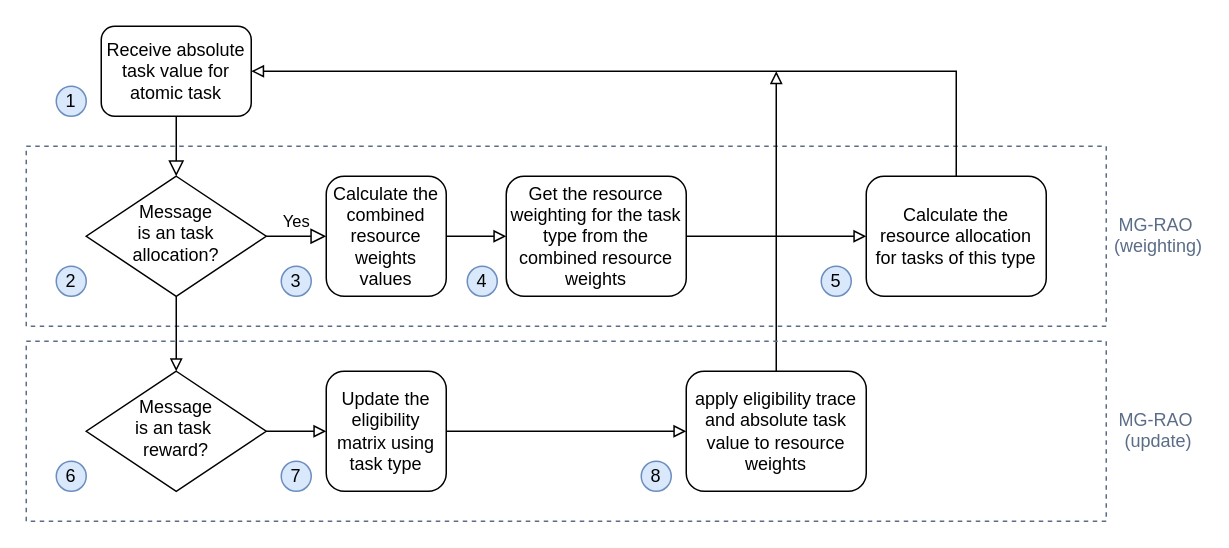
Above: source/mgrao-simplified.drawio in sevenmachines/els_energy_optimisation_and_adaptive_coverage_in_wsn_systems (draw.io), before the change. Source tidied: cells renumbered, new cells numbered last; positions are measured from the earlier drawing's top-left corner, leaving out a move shared by most shapes. Both pictures are drawn from the tidied source at 150%, with x=0, y=0 at pixel (26, 26).
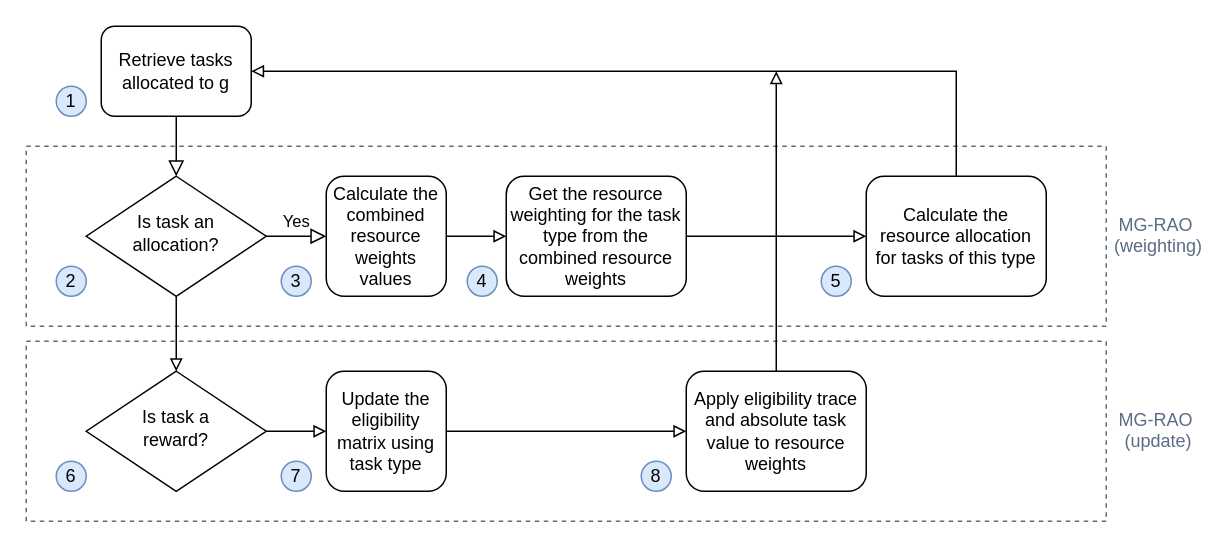
Above is the later version.

Commit message (it also covers changes not shown here):
Add explanation to simplified ataria/mgrao diagrams

Diff of the diagram source:
```diff
@@
+    <mxCell id="28" value="MG-RAO &#10;(update)" style="fillColor=none;strokeColor=#5A6C86;dashed=1;verticalAlign=middle;fontStyle=0;fontColor=#5A6C86;labelPosition=right;verticalLabelPosition=middle;align=center;spacingRight=0;spacingLeft=-650;spacingBottom=2;" parent="1" vertex="1">
+      <mxGeometry y="210" width="720" height="120" as="geometry" />
+    </mxCell>
@@
-    <mxCell id="4" value="Receive absolute task value for atomic task" style="rounded=1;whiteSpace=wrap;html=1;fontSize=12;glass=0;strokeWidth=1;shadow=0;fontStyle=0;" parent="1" vertex="1">
+    <mxCell id="4" value="Retrieve tasks allocated to g" style="rounded=1;whiteSpace=wrap;html=1;fontSize=12;glass=0;strokeWidth=1;shadow=0;fontStyle=0;" parent="1" vertex="1">
       <mxGeometry x="50" width="100" height="60" as="geometry" />
     </mxCell>
@@
-    <mxCell id="7" value="&lt;font face=&quot;sans-serif&quot;&gt;Message &lt;br&gt;is an task allocation?&lt;/font&gt;" style="rhombus;whiteSpace=wrap;html=1;shadow=0;fontFamily=Helvetica;fontSize=12;align=center;strokeWidth=1;spacing=6;spacingTop=-4;fontStyle=0;" parent="1" vertex="1">
+    <mxCell id="7" value="&lt;font face=&quot;sans-serif&quot;&gt;Is task an allocation?&lt;/font&gt;" style="rhombus;whiteSpace=wrap;html=1;shadow=0;fontFamily=Helvetica;fontSize=12;align=center;strokeWidth=1;spacing=6;spacingTop=-4;fontStyle=0;" parent="1" vertex="1">
       <mxGeometry x="40" y="100" width="120" height="80" as="geometry" />
     </mxCell>
@@
-    <mxCell id="15" value="&lt;font face=&quot;sans-serif&quot;&gt;Message &lt;br&gt;is an task&amp;nbsp;&lt;br&gt;reward?&lt;/font&gt;" style="rhombus;whiteSpace=wrap;html=1;shadow=0;fontFamily=Helvetica;fontSize=12;align=center;strokeWidth=1;spacing=6;spacingTop=-4;fontStyle=0;" parent="1" vertex="1">
+    <mxCell id="15" value="&lt;font face=&quot;sans-serif&quot;&gt;Is task a&lt;br&gt;reward?&lt;/font&gt;" style="rhombus;whiteSpace=wrap;html=1;shadow=0;fontFamily=Helvetica;fontSize=12;align=center;strokeWidth=1;spacing=6;spacingTop=-4;fontStyle=0;" parent="1" vertex="1">
       <mxGeometry x="40" y="230" width="120" height="80" as="geometry" />
     </mxCell>
@@
-    <mxCell id="19" value="apply eligibility trace and absolute task value to resource weights" style="rounded=1;whiteSpace=wrap;html=1;fontSize=12;glass=0;strokeWidth=1;shadow=0;fontStyle=0;" parent="1" vertex="1">
+    <mxCell id="19" value="Apply eligibility trace and absolute task value to resource weights" style="rounded=1;whiteSpace=wrap;html=1;fontSize=12;glass=0;strokeWidth=1;shadow=0;fontStyle=0;" parent="1" vertex="1">
       <mxGeometry x="440" y="230" width="120" height="80" as="geometry" />
     </mxCell>
@@
-    <mxCell id="28" value="MG-RAO &#10;(update)" style="fillColor=none;strokeColor=#5A6C86;dashed=1;verticalAlign=middle;fontStyle=0;fontColor=#5A6C86;labelPosition=right;verticalLabelPosition=middle;align=center;spacingRight=0;spacingLeft=-650;spacingBottom=2;" parent="1" vertex="1">
-      <mxGeometry y="210" width="720" height="120" as="geometry" />
-    </mxCell>
```
